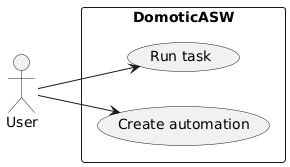
Above: diagrams/generated/use-case.png in DomoticASW/.github (PlantUML), before the change. Source of this version:
```plantuml
@startuml use-case

left to right direction

actor User

rectangle DomoticASW {
    User --> (Create automation)
    User --> (Run task)
}

@enduml
```
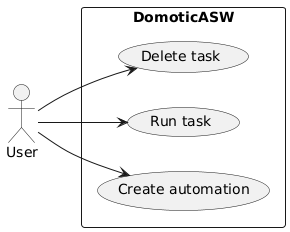
After the change.

Commit message:
add use case

Change to the diagram source:
```diff
@@ -7,6 +7,7 @@
 rectangle DomoticASW {
     User --> (Create automation)
     User --> (Run task)
+    User --> (Delete task)
 }
 
 @enduml
```
